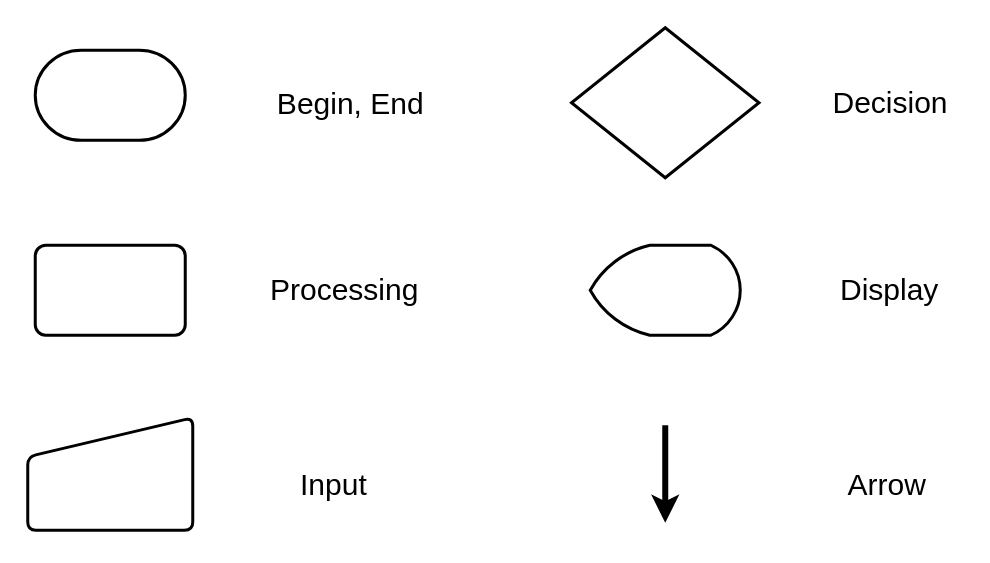
Before: firstif.drawio in Anirach/INE-Python, a draw.io diagram. Source tidied: cells renumbered, new cells numbered last; positions are measured from the earlier drawing's top-left corner, leaving out a move shared by most shapes. Both pictures are drawn from the tidied source at 150%, with x=0, y=0 at pixel (27, 27).
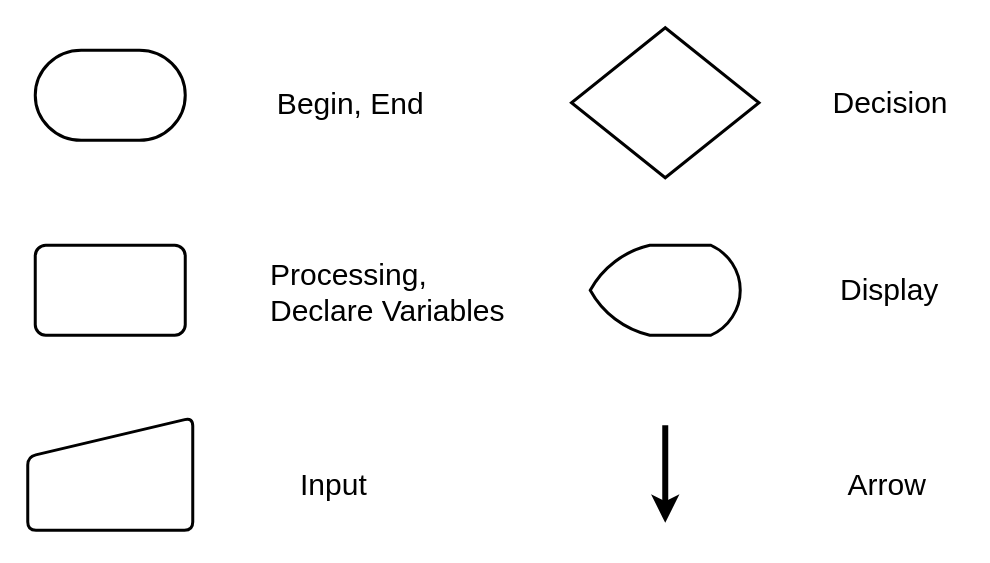
After the change.

Diff of the diagram source:
```diff
@@
 <mxGraphModel>
   <root>
     <mxCell id="0" />
     <mxCell id="1" parent="0" />
     <mxCell id="2" value="Begin, End" style="text;html=1;align=center;verticalAlign=middle;fillColor=none;strokeColor=none;rounded=0;fontSize=20;" parent="1" vertex="1">
       <mxGeometry x="180" y="40" width="70" height="20" as="geometry" />
     </mxCell>
-    <mxCell id="3" value="Processing" style="text;html=1;align=left;verticalAlign=top;spacingTop=-4;fontSize=20;" parent="1" vertex="1">
-      <mxGeometry x="160" y="160" width="110" height="30" as="geometry" />
+    <mxCell id="3" value="Processing,&lt;br&gt;Declare Variables&lt;br&gt;" style="text;html=1;align=left;verticalAlign=top;spacingTop=-4;fontSize=20;" parent="1" vertex="1">
+      <mxGeometry x="160" y="150" width="170" height="50" as="geometry" />
     </mxCell>
     <mxCell id="4" value="Input" style="text;html=1;align=left;verticalAlign=top;spacingTop=-4;fontSize=20;" parent="1" vertex="1">
       <mxGeometry x="180" y="290" width="60" height="30" as="geometry" />
     </mxCell>
     <mxCell id="5" value="Decision" style="text;html=1;align=left;verticalAlign=top;spacingTop=-4;fontSize=20;" parent="1" vertex="1">
       <mxGeometry x="535" y="35" width="90" height="30" as="geometry" />
     </mxCell>
     <mxCell id="6" style="strokeWidth=2;html=1;shape=mxgraph.flowchart.terminator;whiteSpace=wrap;" parent="1" vertex="1">
       <mxGeometry x="5" y="15" width="100" height="60" as="geometry" />
     </mxCell>
     <mxCell id="7" style="rounded=1;whiteSpace=wrap;html=1;absoluteArcSize=1;arcSize=14;strokeWidth=2;" parent="1" vertex="1">
       <mxGeometry x="5" y="145" width="100" height="60" as="geometry" />
     </mxCell>
     <mxCell id="8" style="verticalLabelPosition=bottom;verticalAlign=top;html=1;strokeWidth=2;shape=manualInput;whiteSpace=wrap;rounded=1;size=26;arcSize=11;" parent="1" vertex="1">
       <mxGeometry y="260" width="110" height="75" as="geometry" />
     </mxCell>
     <mxCell id="9" style="strokeWidth=2;html=1;shape=mxgraph.flowchart.display;whiteSpace=wrap;" parent="1" vertex="1">
       <mxGeometry x="375" y="145" width="100" height="60" as="geometry" />
     </mxCell>
     <mxCell id="10" value="Display" style="text;html=1;align=left;verticalAlign=top;spacingTop=-4;fontSize=20;" parent="1" vertex="1">
       <mxGeometry x="540" y="160" width="80" height="30" as="geometry" />
     </mxCell>
     <mxCell id="11" style="strokeWidth=2;html=1;shape=mxgraph.flowchart.decision;whiteSpace=wrap;" parent="1" vertex="1">
       <mxGeometry x="362.5" width="125" height="100" as="geometry" />
     </mxCell>
     <mxCell id="12" style="endArrow=classic;html=1;strokeWidth=4;" parent="1" edge="1">
       <mxGeometry relative="1" as="geometry">
         <mxPoint x="425" y="265" as="sourcePoint" />
         <mxPoint x="425" y="330" as="targetPoint" />
       </mxGeometry>
     </mxCell>
     <mxCell id="13" value="Arrow" style="text;html=1;align=left;verticalAlign=top;spacingTop=-4;fontSize=20;" parent="1" vertex="1">
       <mxGeometry x="545" y="290" width="70" height="30" as="geometry" />
     </mxCell>
   </root>
 </mxGraphModel>
```
